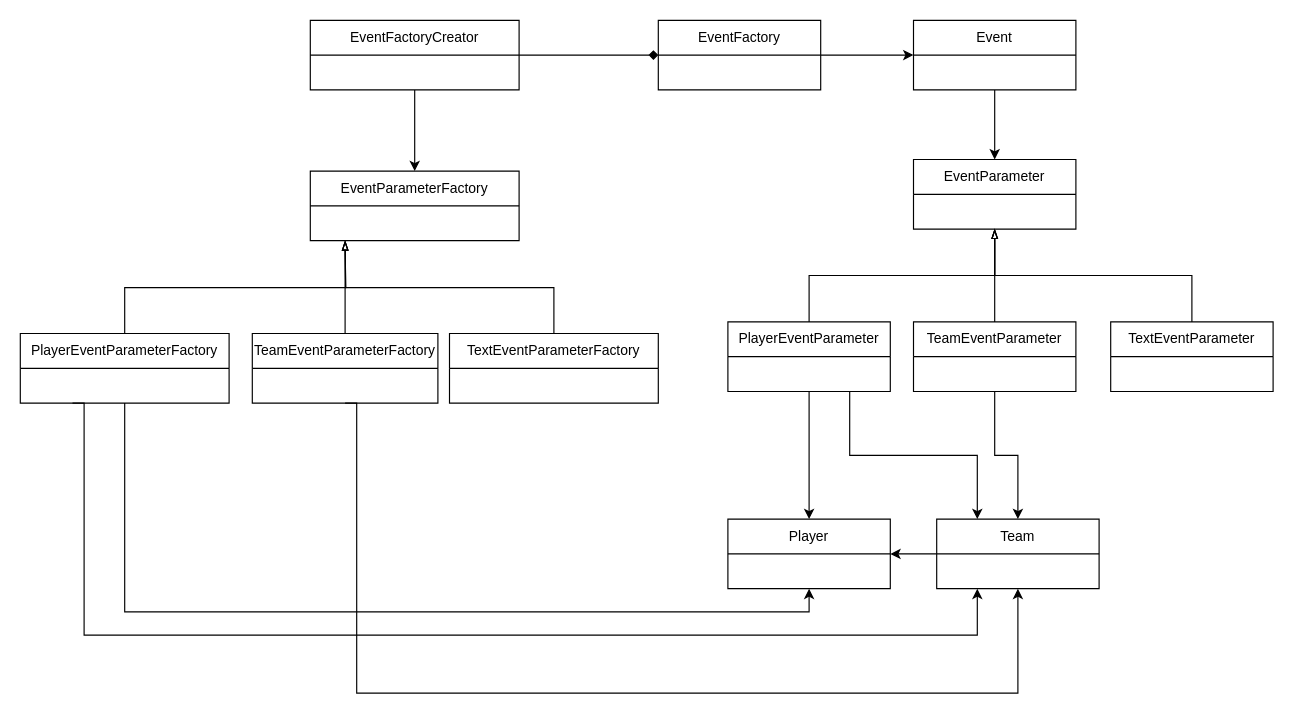
Earlier version of the draw.io diagram src/Docs/diagrams.drawio (lurcheo/Hockey). Source tidied: cells renumbered, new cells numbered last; positions are measured from the earlier drawing's top-left corner, leaving out a move shared by most shapes. Both pictures are drawn from the tidied source at 116%, with x=0, y=0 at pixel (20, 20).
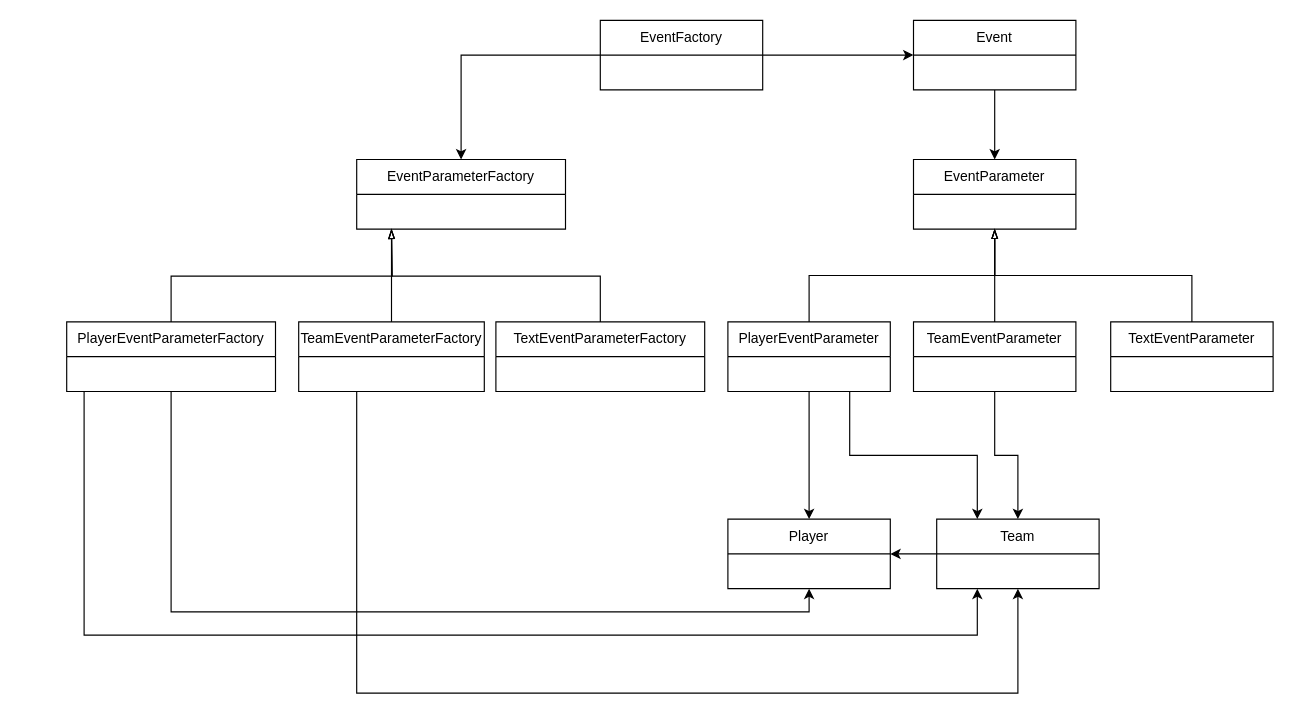
The same page after the edit.

The edit, as a diff of the source:
```diff
@@
+    <mxCell id="32" style="edgeStyle=orthogonalEdgeStyle;rounded=0;jettySize=auto;html=1;exitX=0;exitY=0.5;exitDx=0;exitDy=0;entryX=0.5;entryY=0;entryDx=0;entryDy=0;" parent="1" edge="1" source="18" target="22">
+      <mxGeometry relative="1" as="geometry" />
+    </mxCell>
     <mxCell id="18" value="EventFactory" style="swimlane;fontStyle=0;horizontal=1;startSize=30;whiteSpace=wrap;html=1;" parent="1" vertex="1">
-      <mxGeometry x="550" width="140" height="60" as="geometry" />
+      <mxGeometry x="500" width="140" height="60" as="geometry" />
     </mxCell>
-    <mxCell id="19" style="edgeStyle=orthogonalEdgeStyle;rounded=0;jettySize=auto;html=1;exitX=1;exitY=0.5;exitDx=0;exitDy=0;entryX=0;entryY=0.5;entryDx=0;entryDy=0;startArrow=none;startFill=0;endArrow=diamond;endFill=1;" parent="1" edge="1" source="21" target="18">
-      <mxGeometry relative="1" as="geometry" />
-    </mxCell>
-    <mxCell id="20" style="edgeStyle=orthogonalEdgeStyle;rounded=0;jettySize=auto;html=1;exitX=0.5;exitY=1;exitDx=0;exitDy=0;entryX=0.5;entryY=0;entryDx=0;entryDy=0;startArrow=none;startFill=0;endArrow=classic;endFill=1;" parent="1" edge="1" source="21" target="22">
-      <mxGeometry relative="1" as="geometry" />
-    </mxCell>
-    <mxCell id="21" value="EventFactoryCreator" style="swimlane;fontStyle=0;horizontal=1;startSize=30;whiteSpace=wrap;html=1;" parent="1" vertex="1">
-      <mxGeometry x="250" width="180" height="60" as="geometry" />
-    </mxCell>
     <mxCell id="22" value="EventParameterFactory" style="swimlane;fontStyle=0;horizontal=1;startSize=30;whiteSpace=wrap;html=1;" parent="1" vertex="1">
-      <mxGeometry x="250" y="130" width="180" height="60" as="geometry" />
+      <mxGeometry x="290" y="120" width="180" height="60" as="geometry" />
     </mxCell>
     <mxCell id="23" style="edgeStyle=orthogonalEdgeStyle;rounded=0;jettySize=auto;html=1;exitX=0.5;exitY=0;exitDx=0;exitDy=0;entryX=0.5;entryY=1;entryDx=0;entryDy=0;startArrow=none;startFill=0;endArrow=blockThin;endFill=0;" parent="1" edge="1" source="26">
       <mxGeometry relative="1" as="geometry">
-        <mxPoint x="280" y="190" as="targetPoint" />
+        <mxPoint x="320" y="180" as="targetPoint" />
       </mxGeometry>
     </mxCell>
@@
     <mxCell id="26" value="PlayerEventParameterFactory" style="swimlane;fontStyle=0;horizontal=1;startSize=30;whiteSpace=wrap;html=1;" parent="1" vertex="1">
-      <mxGeometry y="270" width="180" height="60" as="geometry" />
+      <mxGeometry x="40" y="260" width="180" height="60" as="geometry" />
     </mxCell>
     <mxCell id="27" style="edgeStyle=orthogonalEdgeStyle;rounded=0;jettySize=auto;html=1;exitX=0.5;exitY=0;exitDx=0;exitDy=0;entryX=0.5;entryY=1;entryDx=0;entryDy=0;startArrow=none;startFill=0;endArrow=blockThin;endFill=0;" parent="1" edge="1" source="29">
       <mxGeometry relative="1" as="geometry">
-        <mxPoint x="280" y="190" as="targetPoint" />
+        <mxPoint x="320" y="180" as="targetPoint" />
       </mxGeometry>
     </mxCell>
@@
     <mxCell id="29" value="TeamEventParameterFactory" style="swimlane;fontStyle=0;horizontal=1;startSize=30;whiteSpace=wrap;html=1;" parent="1" vertex="1">
-      <mxGeometry x="200" y="270" width="160" height="60" as="geometry" />
+      <mxGeometry x="240" y="260" width="160" height="60" as="geometry" />
     </mxCell>
     <mxCell id="30" style="edgeStyle=orthogonalEdgeStyle;rounded=0;jettySize=auto;html=1;exitX=0.5;exitY=0;exitDx=0;exitDy=0;entryX=0.5;entryY=1;entryDx=0;entryDy=0;startArrow=none;startFill=0;endArrow=blockThin;endFill=0;" parent="1" edge="1" source="31">
       <mxGeometry relative="1" as="geometry">
-        <mxPoint x="280" y="190" as="targetPoint" />
+        <mxPoint x="320" y="180" as="targetPoint" />
       </mxGeometry>
     </mxCell>
     <mxCell id="31" value="TextEventParameterFactory" style="swimlane;fontStyle=0;horizontal=1;startSize=30;whiteSpace=wrap;html=1;" parent="1" vertex="1">
-      <mxGeometry x="370" y="270" width="180" height="60" as="geometry" />
+      <mxGeometry x="410" y="260" width="180" height="60" as="geometry" />
     </mxCell>
```
